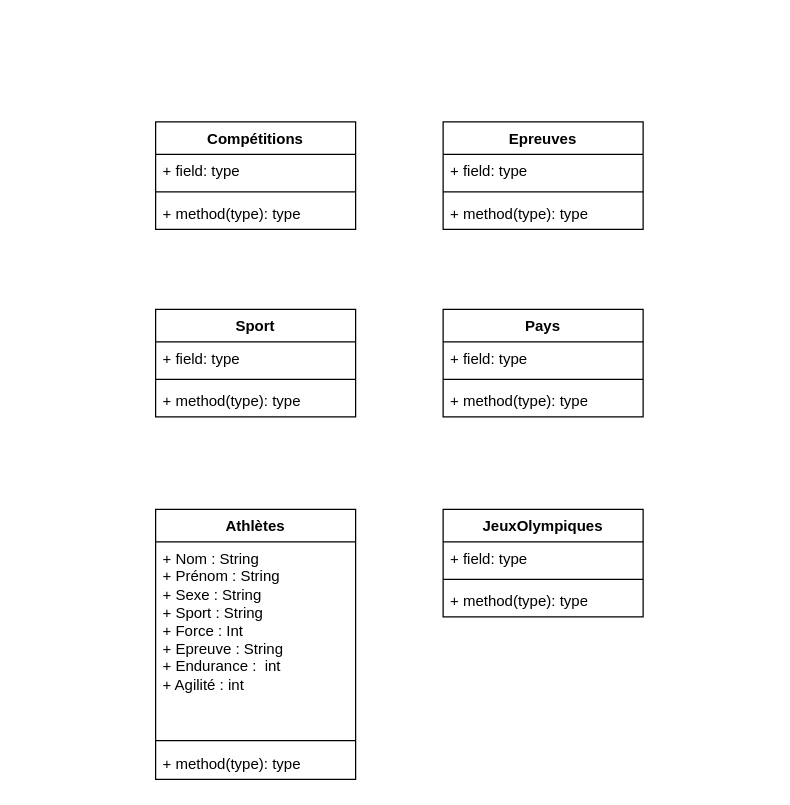
alexisnisol/JeuxOlympiques keeps this draw.io diagram as Diagramme sans nom.drawio. Above is the earlier version. Source tidied: cells renumbered, new cells numbered last; positions are measured from the earlier drawing's top-left corner, leaving out a move shared by most shapes. Both pictures are drawn from the tidied source at 125%, with x=0, y=0 at pixel (155, 121).
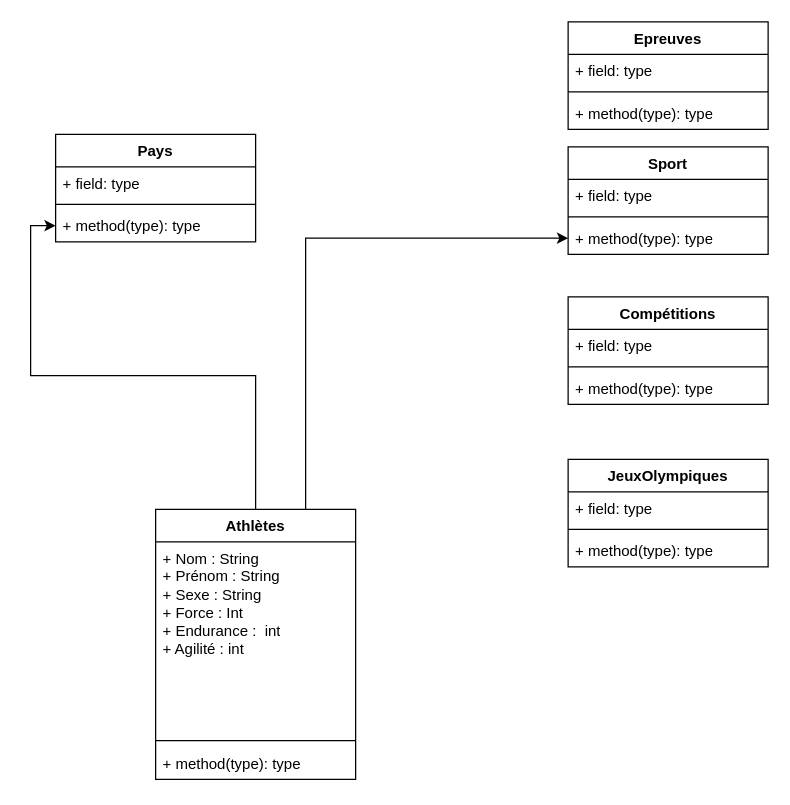
After the change.

Commit message (it also covers changes not shown here):
Mettre à jour Diagramme sans nom.drawio

The change refers to these unchanged cells:
```xml
<mxCell id="5" value="+ method(type): type" style="text;strokeColor=none;fillColor=none;align=left;verticalAlign=top;spacingLeft=4;spacingRight=4;overflow=hidden;points=[[0,0.5],[1,0.5]];portConstraint=eastwest;whiteSpace=wrap;html=1;" parent="2" vertex="1">
  <mxGeometry y="60" width="160" height="26" as="geometry" />
</mxCell>
<mxCell id="9" value="+ method(type): type" style="text;strokeColor=none;fillColor=none;align=left;verticalAlign=top;spacingLeft=4;spacingRight=4;overflow=hidden;points=[[0,0.5],[1,0.5]];portConstraint=eastwest;whiteSpace=wrap;html=1;" parent="6" vertex="1">
  <mxGeometry y="60" width="160" height="26" as="geometry" />
</mxCell>
<mxCell id="10" value="Athlètes" style="swimlane;fontStyle=1;align=center;verticalAlign=top;horizontal=1;startSize=26;whiteSpace=wrap;html=1;" parent="1" vertex="1">
  <mxGeometry y="310" width="160" height="216" as="geometry" />
</mxCell>
```

Diff of the diagram source:
```diff
@@
     <mxCell id="2" value="Sport" style="swimlane;fontStyle=1;align=center;verticalAlign=top;horizontal=1;startSize=26;whiteSpace=wrap;html=1;" parent="1" vertex="1">
-      <mxGeometry y="150" width="160" height="86" as="geometry" />
+      <mxGeometry x="330" y="20" width="160" height="86" as="geometry" />
     </mxCell>
@@
     <mxCell id="6" value="Pays" style="swimlane;fontStyle=1;align=center;verticalAlign=top;horizontal=1;startSize=26;whiteSpace=wrap;html=1;" parent="1" vertex="1">
-      <mxGeometry x="230" y="150" width="160" height="86" as="geometry" />
+      <mxGeometry x="-80" y="10" width="160" height="86" as="geometry" />
     </mxCell>
@@
+    <mxCell id="26" style="edgeStyle=orthogonalEdgeStyle;rounded=0;jettySize=auto;html=1;exitX=0.5;exitY=0;exitDx=0;exitDy=0;entryX=0;entryY=0.5;entryDx=0;entryDy=0;" parent="1" edge="1" source="10" target="9">
+      <mxGeometry relative="1" as="geometry" />
+    </mxCell>
+    <mxCell id="27" style="edgeStyle=orthogonalEdgeStyle;rounded=0;jettySize=auto;html=1;exitX=0.75;exitY=0;exitDx=0;exitDy=0;" parent="1" edge="1" source="10" target="5">
+      <mxGeometry relative="1" as="geometry" />
+    </mxCell>
@@
-    <mxCell id="11" value="+ Nom : String&lt;div&gt;+ Prénom : String&lt;br&gt;+ Sexe : String&lt;br&gt;+ Sport : String&lt;/div&gt;&lt;div&gt;+ Force : Int&lt;/div&gt;&lt;div&gt;+ Epreuve : String&lt;br&gt;&lt;/div&gt;&lt;div&gt;+ Endurance :&amp;nbsp; int &lt;br&gt;&lt;/div&gt;&lt;div&gt;+ Agilité : int&lt;/div&gt;&lt;div&gt;&lt;br&gt;&lt;/div&gt;" style="text;strokeColor=none;fillColor=none;align=left;verticalAlign=top;spacingLeft=4;spacingRight=4;overflow=hidden;whiteSpace=wrap;html=1;" parent="10" vertex="1">
+    <mxCell id="11" value="+ Nom : String&lt;div&gt;+ Prénom : String&lt;br&gt;+ Sexe : String&lt;br&gt;&lt;/div&gt;&lt;div&gt;+ Force : Int&lt;/div&gt;&lt;div&gt;+ Endurance :&amp;nbsp; int &lt;br&gt;&lt;/div&gt;&lt;div&gt;+ Agilité : int&lt;/div&gt;&lt;div&gt;&lt;br&gt;&lt;/div&gt;" style="text;strokeColor=none;fillColor=none;align=left;verticalAlign=top;spacingLeft=4;spacingRight=4;overflow=hidden;whiteSpace=wrap;html=1;" parent="10" vertex="1">
       <mxGeometry y="26" width="160" height="154" as="geometry" />
     </mxCell>
@@
     <mxCell id="14" value="JeuxOlympiques" style="swimlane;fontStyle=1;align=center;verticalAlign=top;horizontal=1;startSize=26;whiteSpace=wrap;html=1;" parent="1" vertex="1">
-      <mxGeometry x="230" y="310" width="160" height="86" as="geometry" />
+      <mxGeometry x="330" y="270" width="160" height="86" as="geometry" />
     </mxCell>
@@
     <mxCell id="18" value="Compétitions" style="swimlane;fontStyle=1;align=center;verticalAlign=top;horizontal=1;startSize=26;whiteSpace=wrap;html=1;" parent="1" vertex="1">
-      <mxGeometry width="160" height="86" as="geometry" />
+      <mxGeometry x="330" y="140" width="160" height="86" as="geometry" />
     </mxCell>
@@
     <mxCell id="22" value="Epreuves" style="swimlane;fontStyle=1;align=center;verticalAlign=top;horizontal=1;startSize=26;whiteSpace=wrap;html=1;" parent="1" vertex="1">
-      <mxGeometry x="230" width="160" height="86" as="geometry" />
+      <mxGeometry x="330" y="-80" width="160" height="86" as="geometry" />
     </mxCell>
```
